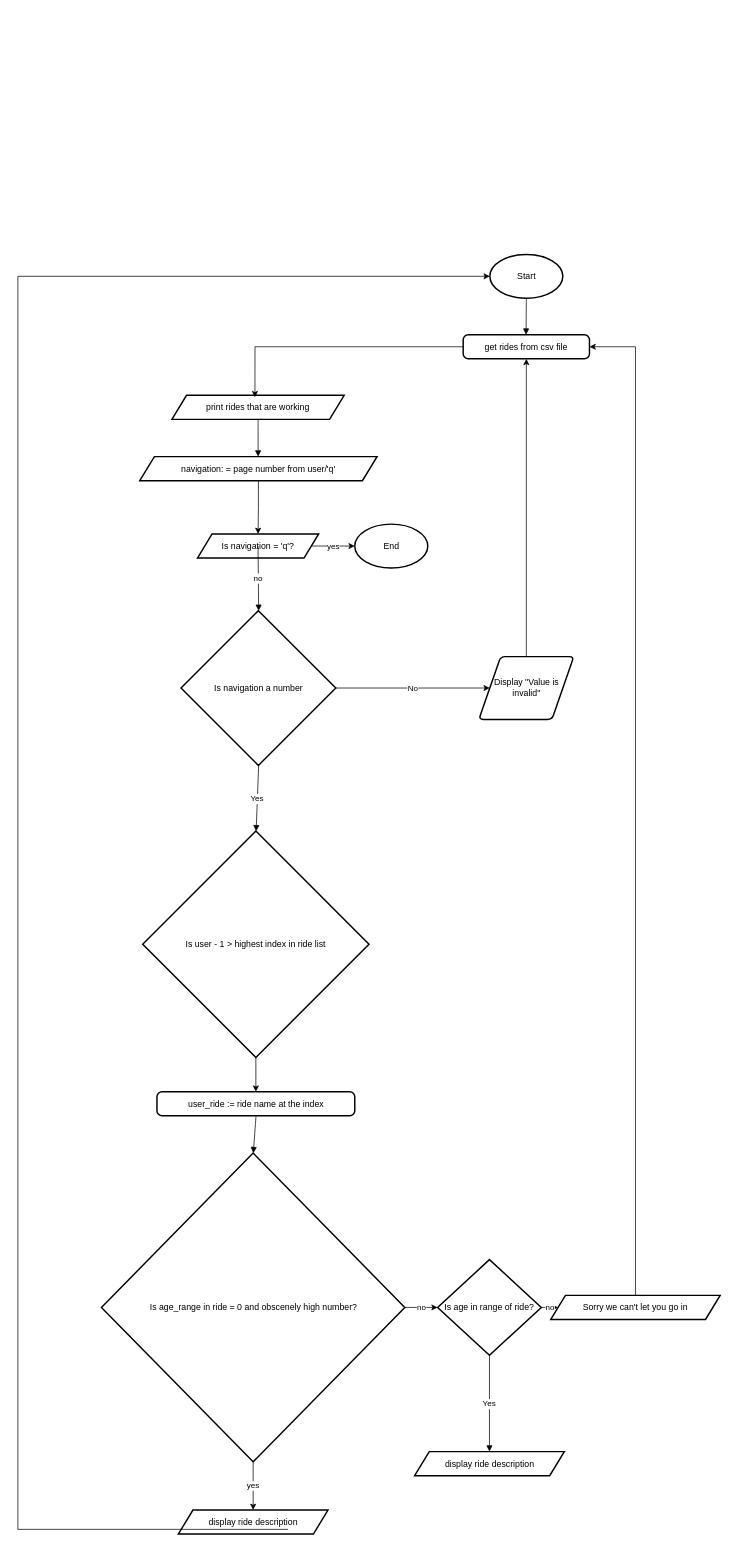
Earlier version of the draw.io diagram Error Journaling/Untitled Diagram.drawio (asdcf35/classwork). Source tidied: cells renumbered, new cells numbered last; positions are measured from the earlier drawing's top-left corner, leaving out a move shared by most shapes. Both pictures are drawn from the tidied source at 73%, with x=0, y=0 at pixel (18, 254).
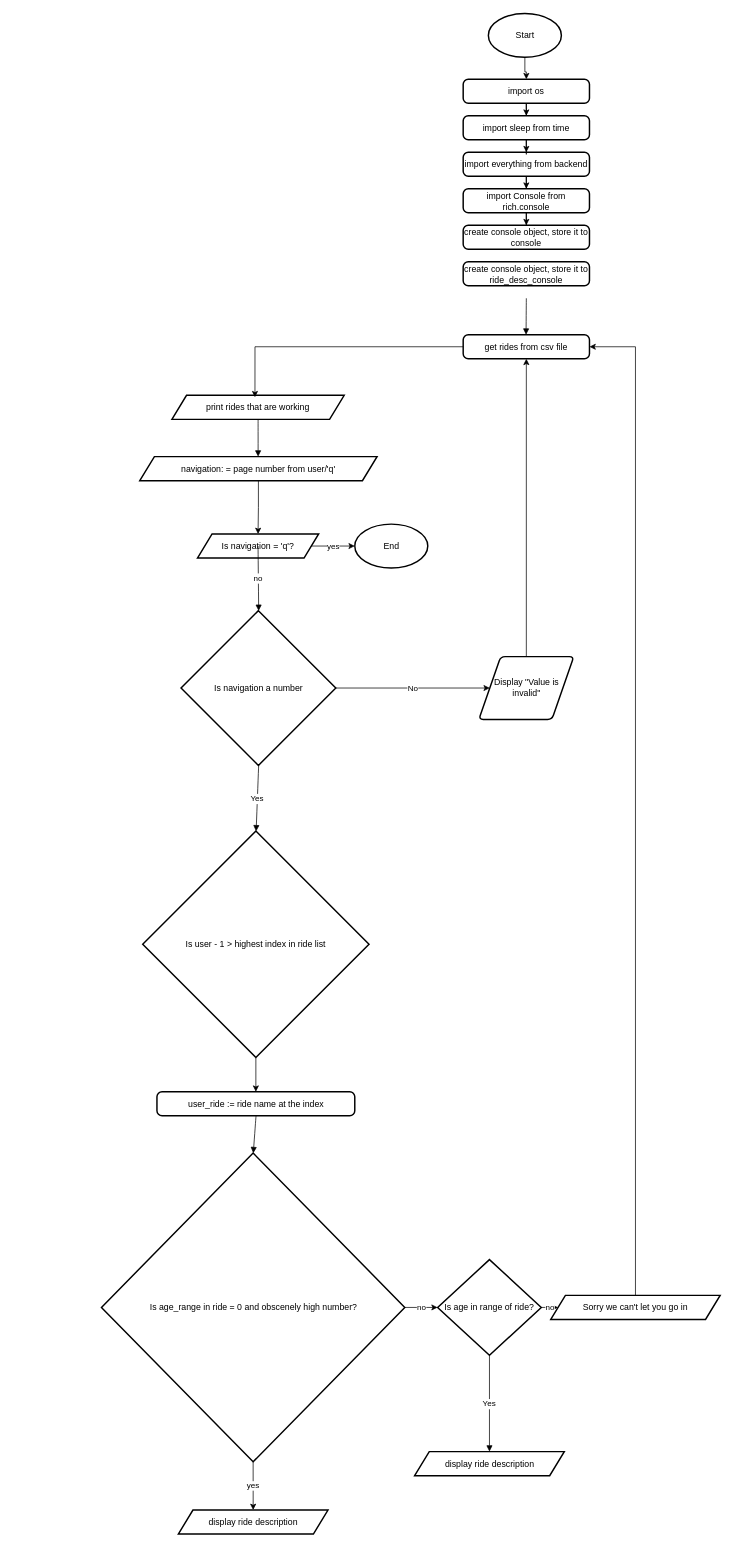
The same diagram, later.

What changed in the source:
```diff
@@
-    <mxCell id="29" value="Start" style="strokeWidth=2;html=1;shape=mxgraph.flowchart.start_1;whiteSpace=wrap;" parent="1" vertex="1">
-      <mxGeometry x="646.5" width="100" height="60" as="geometry" />
-    </mxCell>
@@
-    <mxCell id="34" style="edgeStyle=orthogonalEdgeStyle;rounded=0;jettySize=auto;html=1;entryX=0;entryY=0.5;entryDx=0;entryDy=0;entryPerimeter=0;" parent="1" edge="1" target="29">
-      <mxGeometry relative="1" as="geometry">
-        <mxPoint x="370" y="1746.5" as="sourcePoint" />
-        <Array as="points">
-          <mxPoint y="1747" />
-          <mxPoint y="30" />
-        </Array>
-      </mxGeometry>
-    </mxCell>
+    <mxCell id="35" style="edgeStyle=orthogonalEdgeStyle;rounded=0;jettySize=auto;html=1;entryX=0.5;entryY=0;entryDx=0;entryDy=0;" parent="1" edge="1" source="29" target="41">
+      <mxGeometry relative="1" as="geometry" />
+    </mxCell>
+    <mxCell id="29" value="Start" style="strokeWidth=2;html=1;shape=mxgraph.flowchart.start_1;whiteSpace=wrap;" parent="1" vertex="1">
+      <mxGeometry x="644.5" y="-330" width="100" height="60" as="geometry" />
+    </mxCell>
+    <mxCell id="36" style="edgeStyle=orthogonalEdgeStyle;rounded=0;jettySize=auto;html=1;entryX=0.5;entryY=0;entryDx=0;entryDy=0;" parent="1" edge="1" source="37" target="39">
+      <mxGeometry relative="1" as="geometry" />
+    </mxCell>
+    <mxCell id="37" value="import everything from backend" style="rounded=1;absoluteArcSize=1;arcSize=14;whiteSpace=wrap;strokeWidth=2;" parent="1" vertex="1">
+      <mxGeometry x="610" y="-140" width="173" height="33" as="geometry" />
+    </mxCell>
+    <mxCell id="38" style="edgeStyle=orthogonalEdgeStyle;rounded=0;jettySize=auto;html=1;entryX=0.5;entryY=0;entryDx=0;entryDy=0;" parent="1" edge="1" source="39" target="44">
+      <mxGeometry relative="1" as="geometry" />
+    </mxCell>
+    <mxCell id="39" value="import Console from rich.console" style="rounded=1;absoluteArcSize=1;arcSize=14;whiteSpace=wrap;strokeWidth=2;" parent="1" vertex="1">
+      <mxGeometry x="610" y="-90" width="173" height="33" as="geometry" />
+    </mxCell>
+    <mxCell id="40" style="edgeStyle=orthogonalEdgeStyle;rounded=0;jettySize=auto;html=1;entryX=0.5;entryY=0;entryDx=0;entryDy=0;" parent="1" edge="1" source="41" target="43">
+      <mxGeometry relative="1" as="geometry" />
+    </mxCell>
+    <mxCell id="41" value="import os" style="rounded=1;absoluteArcSize=1;arcSize=14;whiteSpace=wrap;strokeWidth=2;" parent="1" vertex="1">
+      <mxGeometry x="610" y="-240" width="173" height="33" as="geometry" />
+    </mxCell>
+    <mxCell id="42" style="edgeStyle=orthogonalEdgeStyle;rounded=0;jettySize=auto;html=1;entryX=0.5;entryY=0;entryDx=0;entryDy=0;" parent="1" edge="1" source="43" target="37">
+      <mxGeometry relative="1" as="geometry" />
+    </mxCell>
+    <mxCell id="43" value="import sleep from time" style="rounded=1;absoluteArcSize=1;arcSize=14;whiteSpace=wrap;strokeWidth=2;" parent="1" vertex="1">
+      <mxGeometry x="610" y="-190" width="173" height="33" as="geometry" />
+    </mxCell>
+    <mxCell id="44" value="create console object, store it to console" style="rounded=1;absoluteArcSize=1;arcSize=14;whiteSpace=wrap;strokeWidth=2;" parent="1" vertex="1">
+      <mxGeometry x="610" y="-40" width="173" height="33" as="geometry" />
+    </mxCell>
+    <mxCell id="45" value="create console object, store it to ride_desc_console" style="rounded=1;absoluteArcSize=1;arcSize=14;whiteSpace=wrap;strokeWidth=2;" parent="1" vertex="1">
+      <mxGeometry x="610" y="10" width="173" height="33" as="geometry" />
+    </mxCell>
```
